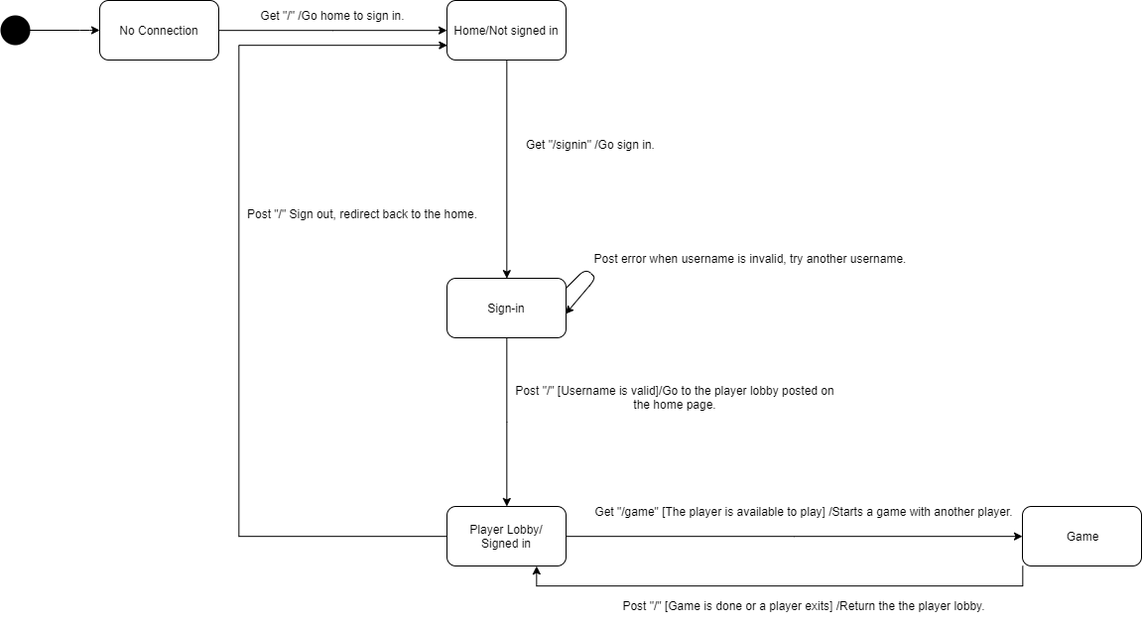
This is docs/StateChart.png from Aaron-Schaefer/checkers-app, a draw.io export, as it was before one commit. Source tidied: cells renumbered, new cells last; positions are measured from the earlier drawing's top-left corner, leaving out a move shared by most shapes. Source of this version:
```xml
<mxGraphModel>
  <root>
    <mxCell id="0" />
    <mxCell id="1" parent="0" />
    <mxCell id="2" style="edgeStyle=orthogonalEdgeStyle;rounded=0;jettySize=auto;html=1;exitX=1;exitY=0.5;exitDx=0;exitDy=0;" parent="1" edge="1" source="3" target="7">
      <mxGeometry relative="1" as="geometry" />
    </mxCell>
    <mxCell id="3" value="No Connection" style="rounded=1;whiteSpace=wrap;html=1;" parent="1" vertex="1">
      <mxGeometry x="100" width="120" height="60" as="geometry" />
    </mxCell>
    <mxCell id="4" style="shape=ellipse;fillColor=#000000;strokeColor=none;html=1;" parent="1" vertex="1">
      <mxGeometry y="15" width="30" height="30" as="geometry" />
    </mxCell>
    <mxCell id="5" style="endArrow=classic;html=1;" parent="1" edge="1">
      <mxGeometry relative="1" as="geometry">
        <mxPoint x="20" y="30" as="sourcePoint" />
        <mxPoint x="100" y="30" as="targetPoint" />
        <Array as="points">
          <mxPoint x="90" y="30" />
        </Array>
      </mxGeometry>
    </mxCell>
    <mxCell id="6" style="edgeStyle=orthogonalEdgeStyle;rounded=0;jettySize=auto;html=1;exitX=0.5;exitY=1;exitDx=0;exitDy=0;entryX=0.5;entryY=0;entryDx=0;entryDy=0;" parent="1" edge="1" source="7" target="10">
      <mxGeometry relative="1" as="geometry" />
    </mxCell>
    <mxCell id="7" value="Home/Not signed in" style="rounded=1;whiteSpace=wrap;html=1;fillColor=none;" parent="1" vertex="1">
      <mxGeometry x="450" width="120" height="60" as="geometry" />
    </mxCell>
    <mxCell id="8" value="Get &quot;/&quot; /Go home to sign in." style="text;html=1;strokeColor=none;fillColor=none;align=center;verticalAlign=middle;whiteSpace=wrap;rounded=0;" parent="1" vertex="1">
      <mxGeometry x="230" y="5" width="210" height="20" as="geometry" />
    </mxCell>
    <mxCell id="9" style="edgeStyle=orthogonalEdgeStyle;rounded=0;jettySize=auto;html=1;exitX=0.5;exitY=1;exitDx=0;exitDy=0;" parent="1" edge="1" source="10" target="14">
      <mxGeometry relative="1" as="geometry" />
    </mxCell>
    <mxCell id="10" value="Sign-in" style="rounded=1;whiteSpace=wrap;html=1;fillColor=none;" parent="1" vertex="1">
      <mxGeometry x="450" y="280" width="120" height="60" as="geometry" />
    </mxCell>
    <mxCell id="11" value="Get &quot;/signin&quot; /Go sign in." style="text;html=1;strokeColor=none;fillColor=none;align=center;verticalAlign=middle;whiteSpace=wrap;rounded=0;" parent="1" vertex="1">
      <mxGeometry x="520" y="140" width="150" height="10" as="geometry" />
    </mxCell>
    <mxCell id="12" style="edgeStyle=orthogonalEdgeStyle;rounded=0;jettySize=auto;html=1;exitX=1;exitY=0.5;exitDx=0;exitDy=0;" parent="1" edge="1" source="14" target="19">
      <mxGeometry relative="1" as="geometry" />
    </mxCell>
    <mxCell id="13" style="edgeStyle=orthogonalEdgeStyle;rounded=0;jettySize=auto;html=1;entryX=0;entryY=0.75;entryDx=0;entryDy=0;" parent="1" edge="1" source="14" target="7">
      <mxGeometry relative="1" as="geometry">
        <Array as="points">
          <mxPoint x="240" y="540" />
          <mxPoint x="240" y="45" />
        </Array>
      </mxGeometry>
    </mxCell>
    <mxCell id="14" value="Player Lobby/&lt;br&gt;Signed in" style="rounded=1;whiteSpace=wrap;html=1;fillColor=none;" parent="1" vertex="1">
      <mxGeometry x="450" y="510" width="120" height="60" as="geometry" />
    </mxCell>
    <mxCell id="15" value="Post &quot;/&quot; [Username is valid]/Go to the player lobby posted on the home page." style="text;html=1;strokeColor=none;fillColor=none;align=center;verticalAlign=middle;whiteSpace=wrap;rounded=0;" parent="1" vertex="1">
      <mxGeometry x="510" y="390" width="340" height="20" as="geometry" />
    </mxCell>
    <mxCell id="16" style="endArrow=classic;html=1;entryX=0.996;entryY=0.6;entryDx=0;entryDy=0;entryPerimeter=0;" parent="1" edge="1" target="10">
      <mxGeometry relative="1" as="geometry">
        <mxPoint x="570" y="290" as="sourcePoint" />
        <Array as="points">
          <mxPoint x="590" y="270" />
          <mxPoint x="600" y="280" />
        </Array>
      </mxGeometry>
    </mxCell>
    <mxCell id="17" value="Post error when username is invalid, try another username." style="text;html=1;strokeColor=none;fillColor=none;align=center;verticalAlign=middle;whiteSpace=wrap;rounded=0;" parent="1" vertex="1">
      <mxGeometry x="590" y="250" width="330" height="20" as="geometry" />
    </mxCell>
    <mxCell id="18" style="edgeStyle=orthogonalEdgeStyle;rounded=0;jettySize=auto;html=1;entryX=0.75;entryY=1;entryDx=0;entryDy=0;" parent="1" edge="1" source="19" target="14">
      <mxGeometry relative="1" as="geometry">
        <Array as="points">
          <mxPoint x="1030" y="590" />
          <mxPoint x="540" y="590" />
        </Array>
      </mxGeometry>
    </mxCell>
    <mxCell id="19" value="Game" style="rounded=1;whiteSpace=wrap;html=1;fillColor=none;" parent="1" vertex="1">
      <mxGeometry x="1030" y="510" width="120" height="60" as="geometry" />
    </mxCell>
    <mxCell id="20" value="Get &quot;/game&quot; [The player is available to play] /Starts a game with another player." style="text;html=1;strokeColor=none;fillColor=none;align=center;verticalAlign=middle;whiteSpace=wrap;rounded=0;" parent="1" vertex="1">
      <mxGeometry x="580" y="490" width="460" height="50" as="geometry" />
    </mxCell>
    <mxCell id="21" value="Post &quot;/&quot; [Game is done or a player exits] /Return the the player lobby." style="text;html=1;strokeColor=none;fillColor=none;align=center;verticalAlign=middle;whiteSpace=wrap;rounded=0;" parent="1" vertex="1">
      <mxGeometry x="600" y="590" width="420" height="40" as="geometry" />
    </mxCell>
    <mxCell id="22" value="Post &quot;/&quot; Sign out, redirect back to the home." style="text;html=1;strokeColor=none;fillColor=none;align=center;verticalAlign=middle;whiteSpace=wrap;rounded=0;" parent="1" vertex="1">
      <mxGeometry x="220" y="210" width="290" height="10" as="geometry" />
    </mxCell>
  </root>
</mxGraphModel>
```
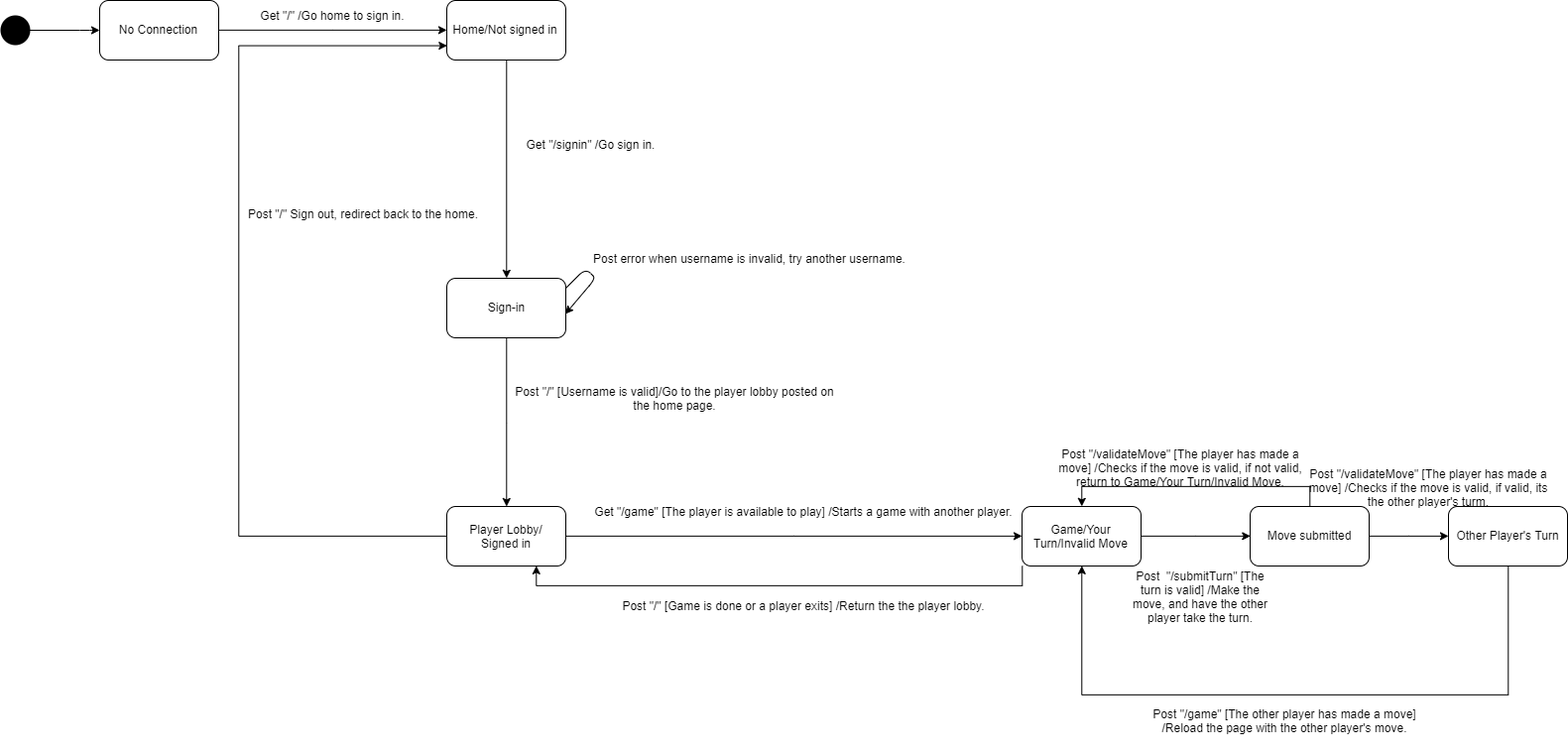
Above is the later version.

Commit message:
Updated StateChart and sequenceDiagram

What changed in the source:
```diff
@@ -75,7 +75,10 @@
         </Array>
       </mxGeometry>
     </mxCell>
+    <mxCell id="23" style="edgeStyle=orthogonalEdgeStyle;rounded=0;jettySize=auto;html=1;entryX=0;entryY=0.5;entryDx=0;entryDy=0;" parent="1" edge="1" source="19" target="26">
+      <mxGeometry relative="1" as="geometry" />
+    </mxCell>
-    <mxCell id="19" value="Game" style="rounded=1;whiteSpace=wrap;html=1;fillColor=none;" parent="1" vertex="1">
+    <mxCell id="19" value="Game/Your Turn/Invalid Move" style="rounded=1;whiteSpace=wrap;html=1;fillColor=none;" parent="1" vertex="1">
       <mxGeometry x="1030" y="510" width="120" height="60" as="geometry" />
     </mxCell>
     <mxCell id="20" value="Get &quot;/game&quot; [The player is available to play] /Starts a game with another player." style="text;html=1;strokeColor=none;fillColor=none;align=center;verticalAlign=middle;whiteSpace=wrap;rounded=0;" parent="1" vertex="1">
@@ -87,5 +90,42 @@
     <mxCell id="22" value="Post &quot;/&quot; Sign out, redirect back to the home." style="text;html=1;strokeColor=none;fillColor=none;align=center;verticalAlign=middle;whiteSpace=wrap;rounded=0;" parent="1" vertex="1">
       <mxGeometry x="220" y="210" width="290" height="10" as="geometry" />
     </mxCell>
+    <mxCell id="24" style="edgeStyle=orthogonalEdgeStyle;rounded=0;jettySize=auto;html=1;entryX=0.5;entryY=0;entryDx=0;entryDy=0;" parent="1" edge="1" source="26" target="19">
+      <mxGeometry relative="1" as="geometry">
+        <Array as="points">
+          <mxPoint x="1320" y="490" />
+          <mxPoint x="1090" y="490" />
+        </Array>
+      </mxGeometry>
+    </mxCell>
+    <mxCell id="25" style="edgeStyle=orthogonalEdgeStyle;rounded=0;jettySize=auto;html=1;exitX=1;exitY=0.5;exitDx=0;exitDy=0;" parent="1" edge="1" source="26" target="30">
+      <mxGeometry relative="1" as="geometry" />
+    </mxCell>
+    <mxCell id="26" value="Move submitted" style="rounded=1;whiteSpace=wrap;html=1;" parent="1" vertex="1">
+      <mxGeometry x="1260" y="510" width="120" height="60" as="geometry" />
+    </mxCell>
+    <mxCell id="27" value="Post&amp;nbsp; &quot;/submitTurn&quot; [The turn is valid] /Make the move, and have the other player take the turn." style="text;html=1;strokeColor=none;fillColor=none;align=center;verticalAlign=middle;whiteSpace=wrap;rounded=0;" parent="1" vertex="1">
+      <mxGeometry x="1140.5" y="560" width="140" height="80" as="geometry" />
+    </mxCell>
+    <mxCell id="28" value="Post &quot;/validateMove&quot; [The player has made a move] /Checks if the move is valid, if not valid, return to Game/Your Turn/Invalid Move." style="text;html=1;strokeColor=none;fillColor=none;align=center;verticalAlign=middle;whiteSpace=wrap;rounded=0;" parent="1" vertex="1">
+      <mxGeometry x="1060" y="460" width="260" height="20" as="geometry" />
+    </mxCell>
+    <mxCell id="29" style="edgeStyle=orthogonalEdgeStyle;rounded=0;jettySize=auto;html=1;entryX=0.5;entryY=1;entryDx=0;entryDy=0;" parent="1" edge="1" source="30" target="19">
+      <mxGeometry relative="1" as="geometry">
+        <Array as="points">
+          <mxPoint x="1520" y="700" />
+          <mxPoint x="1090" y="700" />
+        </Array>
+      </mxGeometry>
+    </mxCell>
+    <mxCell id="30" value="Other Player's Turn" style="rounded=1;whiteSpace=wrap;html=1;" parent="1" vertex="1">
+      <mxGeometry x="1460" y="510" width="120" height="60" as="geometry" />
+    </mxCell>
+    <mxCell id="31" value="Post &quot;/validateMove&quot; [The player has made a move] /Checks if the move is valid, if valid, its the other player's turm." style="text;html=1;strokeColor=none;fillColor=none;align=center;verticalAlign=middle;whiteSpace=wrap;rounded=0;" parent="1" vertex="1">
+      <mxGeometry x="1310" y="480" width="260" height="20" as="geometry" />
+    </mxCell>
+    <mxCell id="32" value="Post &quot;/game&quot; [The other player has made a move] /Reload the page with the other player's move." style="text;html=1;strokeColor=none;fillColor=none;align=center;verticalAlign=middle;whiteSpace=wrap;rounded=0;" parent="1" vertex="1">
+      <mxGeometry x="1160" y="690" width="270" height="70" as="geometry" />
+    </mxCell>
   </root>
 </mxGraphModel>
```
